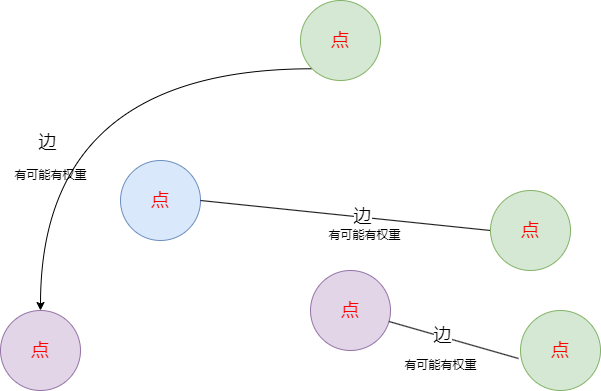
Earlier version of the draw.io export algrithem/graph_base_shenlin.drawio.png (muxicode/c153080686). Source tidied: cells renumbered, new cells last; positions are measured from the earlier drawing's top-left corner, leaving out a move shared by most shapes. Its diagram source:
```xml
<mxGraphModel>
  <root>
    <mxCell id="0" />
    <mxCell id="1" parent="0" />
    <mxCell id="2" value="&lt;font color=&quot;#ff0000&quot; style=&quot;font-size: 18px;&quot;&gt;点&lt;/font&gt;" style="ellipse;whiteSpace=wrap;html=1;fillColor=#dae8fc;strokeColor=#6c8ebf;" parent="1" vertex="1">
      <mxGeometry x="120" y="160" width="80" height="80" as="geometry" />
    </mxCell>
    <mxCell id="3" style="endArrow=none;html=1;rounded=0;exitX=1;exitY=0.5;exitDx=0;exitDy=0;" parent="1" edge="1" source="2">
      <mxGeometry relative="1" as="geometry">
        <mxPoint x="490" y="230" as="targetPoint" />
      </mxGeometry>
    </mxCell>
    <mxCell id="4" value="&lt;font style=&quot;font-size: 18px;&quot;&gt;边&lt;/font&gt;" style="edgeLabel;html=1;align=center;verticalAlign=middle;" parent="3" vertex="1">
      <mxGeometry x="0.11" y="1" relative="1" as="geometry" />
    </mxCell>
    <mxCell id="5" value="&lt;font color=&quot;#ff0000&quot; style=&quot;font-size: 18px;&quot;&gt;点&lt;/font&gt;" style="ellipse;whiteSpace=wrap;html=1;fillColor=#d5e8d4;strokeColor=#82b366;" parent="1" vertex="1">
      <mxGeometry x="490" y="190" width="80" height="80" as="geometry" />
    </mxCell>
    <mxCell id="6" value="&lt;font color=&quot;#ff0000&quot; style=&quot;font-size: 18px;&quot;&gt;点&lt;/font&gt;" style="ellipse;whiteSpace=wrap;html=1;fillColor=#e1d5e7;strokeColor=#9673a6;" parent="1" vertex="1">
      <mxGeometry x="310" y="270" width="80" height="80" as="geometry" />
    </mxCell>
    <mxCell id="7" style="endArrow=none;html=1;rounded=0;entryX=-0.025;entryY=0.6;entryDx=0;entryDy=0;entryPerimeter=0;" parent="1" edge="1" source="6" target="11">
      <mxGeometry relative="1" as="geometry" />
    </mxCell>
    <mxCell id="8" value="&lt;font style=&quot;font-size: 18px;&quot;&gt;边&lt;/font&gt;" style="edgeLabel;html=1;align=center;verticalAlign=middle;" parent="7" vertex="1">
      <mxGeometry x="-0.18" y="2" relative="1" as="geometry" />
    </mxCell>
    <mxCell id="9" value="有可能有权重" style="text;html=1;align=center;verticalAlign=middle;strokeColor=none;fillColor=none;" parent="1" vertex="1">
      <mxGeometry x="390" y="350" width="100" height="30" as="geometry" />
    </mxCell>
    <mxCell id="10" value="有可能有权重" style="text;html=1;align=center;verticalAlign=middle;strokeColor=none;fillColor=none;" parent="1" vertex="1">
      <mxGeometry x="314" y="220" width="100" height="30" as="geometry" />
    </mxCell>
    <mxCell id="11" value="&lt;font color=&quot;#ff0000&quot; style=&quot;font-size: 18px;&quot;&gt;点&lt;/font&gt;" style="ellipse;whiteSpace=wrap;html=1;fillColor=#d5e8d4;strokeColor=#82b366;" parent="1" vertex="1">
      <mxGeometry x="520" y="310" width="80" height="80" as="geometry" />
    </mxCell>
    <mxCell id="12" value="&lt;font color=&quot;#ff0000&quot; style=&quot;font-size: 18px;&quot;&gt;点&lt;/font&gt;" style="ellipse;whiteSpace=wrap;html=1;fillColor=#e1d5e7;strokeColor=#9673a6;" parent="1" vertex="1">
      <mxGeometry y="310" width="80" height="80" as="geometry" />
    </mxCell>
    <mxCell id="13" style="edgeStyle=orthogonalEdgeStyle;rounded=0;jettySize=auto;html=1;exitX=0;exitY=1;exitDx=0;exitDy=0;entryX=0.5;entryY=0;entryDx=0;entryDy=0;curved=1;" parent="1" edge="1" source="15" target="12">
      <mxGeometry relative="1" as="geometry" />
    </mxCell>
    <mxCell id="14" value="&lt;font style=&quot;font-size: 18px;&quot;&gt;边&lt;/font&gt;" style="edgeLabel;html=1;align=center;verticalAlign=middle;" parent="13" vertex="1">
      <mxGeometry x="0.35" y="6" relative="1" as="geometry" />
    </mxCell>
    <mxCell id="15" value="&lt;font color=&quot;#ff0000&quot; style=&quot;font-size: 18px;&quot;&gt;点&lt;/font&gt;" style="ellipse;whiteSpace=wrap;html=1;fillColor=#d5e8d4;strokeColor=#82b366;" parent="1" vertex="1">
      <mxGeometry x="300" width="80" height="80" as="geometry" />
    </mxCell>
    <mxCell id="16" value="有可能有权重" style="text;html=1;align=center;verticalAlign=middle;strokeColor=none;fillColor=none;" parent="1" vertex="1">
      <mxGeometry y="160" width="100" height="30" as="geometry" />
    </mxCell>
  </root>
</mxGraphModel>
```
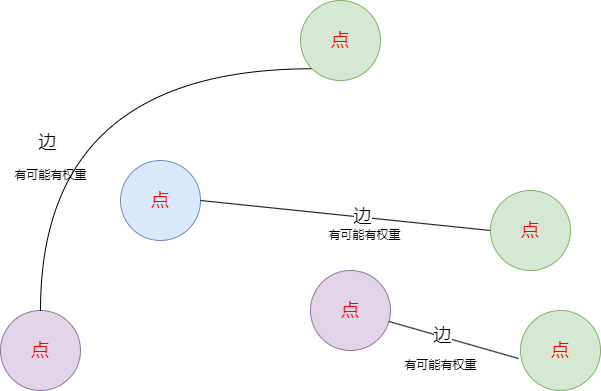
After the change.

Diff of the diagram source:
```diff
@@ -37,7 +37,7 @@
     <mxCell id="12" value="&lt;font color=&quot;#ff0000&quot; style=&quot;font-size: 18px;&quot;&gt;点&lt;/font&gt;" style="ellipse;whiteSpace=wrap;html=1;fillColor=#e1d5e7;strokeColor=#9673a6;" parent="1" vertex="1">
       <mxGeometry y="310" width="80" height="80" as="geometry" />
     </mxCell>
-    <mxCell id="13" style="edgeStyle=orthogonalEdgeStyle;rounded=0;jettySize=auto;html=1;exitX=0;exitY=1;exitDx=0;exitDy=0;entryX=0.5;entryY=0;entryDx=0;entryDy=0;curved=1;" parent="1" edge="1" source="15" target="12">
+    <mxCell id="13" style="edgeStyle=orthogonalEdgeStyle;rounded=0;jettySize=auto;html=1;exitX=0;exitY=1;exitDx=0;exitDy=0;entryX=0.5;entryY=0;entryDx=0;entryDy=0;curved=1;endArrow=none;endFill=0;" parent="1" edge="1" source="15" target="12">
       <mxGeometry relative="1" as="geometry" />
     </mxCell>
     <mxCell id="14" value="&lt;font style=&quot;font-size: 18px;&quot;&gt;边&lt;/font&gt;" style="edgeLabel;html=1;align=center;verticalAlign=middle;" parent="13" vertex="1">
```
